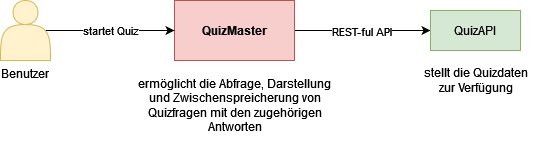
FranziskaGreiner/QuizMaster keeps this draw.io diagram as diagrams/SystemContextDiagram.drawio.png. Above is the earlier version. Source tidied: cells renumbered, new cells last; positions are measured from the earlier drawing's top-left corner, leaving out a move shared by most shapes.
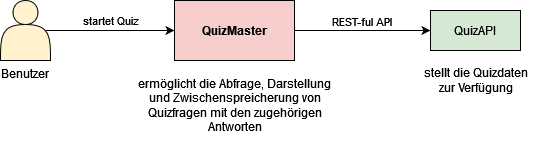
Above is the later version.

Diff of the diagram source:
```diff
@@ -5,21 +5,21 @@
     <mxCell id="2" style="edgeStyle=orthogonalEdgeStyle;rounded=0;jettySize=auto;html=1;exitX=1;exitY=0.5;exitDx=0;exitDy=0;entryX=0;entryY=0.5;entryDx=0;entryDy=0;fontColor=#000000;strokeColor=#000000;" parent="1" edge="1" source="4" target="5">
       <mxGeometry relative="1" as="geometry" />
     </mxCell>
-    <mxCell id="3" value="REST-ful API" style="edgeLabel;html=1;align=center;verticalAlign=middle;fontColor=#000000;" parent="2" vertex="1">
+    <mxCell id="3" value="REST-ful API" style="edgeLabel;html=1;align=center;verticalAlign=bottom;fontColor=#000000;labelPosition=center;verticalLabelPosition=top;" parent="2" vertex="1">
       <mxGeometry x="-0.19" y="-4" relative="1" as="geometry">
         <mxPoint x="11" y="-4" as="offset" />
       </mxGeometry>
     </mxCell>
-    <mxCell id="4" value="QuizMaster" style="rounded=0;whiteSpace=wrap;html=1;fontStyle=1;fillColor=#f8cecc;strokeColor=#b85450;" parent="1" vertex="1">
+    <mxCell id="4" value="QuizMaster" style="rounded=0;whiteSpace=wrap;html=1;fontStyle=1;fillColor=#f8cecc;strokeColor=#000000;" parent="1" vertex="1">
       <mxGeometry x="174" width="120" height="60" as="geometry" />
     </mxCell>
-    <mxCell id="5" value="QuizAPI" style="rounded=0;whiteSpace=wrap;html=1;fillColor=#d5e8d4;strokeColor=#82b366;" parent="1" vertex="1">
+    <mxCell id="5" value="QuizAPI" style="rounded=0;whiteSpace=wrap;html=1;fillColor=#d5e8d4;strokeColor=#000000;" parent="1" vertex="1">
       <mxGeometry x="430" y="10" width="90" height="40" as="geometry" />
     </mxCell>
-    <mxCell id="6" value="startet Quiz" style="edgeStyle=orthogonalEdgeStyle;rounded=0;jettySize=auto;html=1;exitX=0.9;exitY=0.5;exitDx=0;exitDy=0;exitPerimeter=0;entryX=0;entryY=0.5;entryDx=0;entryDy=0;fontColor=#000000;strokeColor=#000000;" parent="1" edge="1" source="7" target="4">
+    <mxCell id="6" value="startet Quiz" style="edgeStyle=orthogonalEdgeStyle;rounded=0;jettySize=auto;html=1;exitX=0.9;exitY=0.5;exitDx=0;exitDy=0;exitPerimeter=0;entryX=0;entryY=0.5;entryDx=0;entryDy=0;fontColor=#000000;strokeColor=#000000;labelPosition=center;verticalLabelPosition=top;align=center;verticalAlign=bottom;" parent="1" edge="1" source="7" target="4">
       <mxGeometry relative="1" as="geometry" />
     </mxCell>
-    <mxCell id="7" value="Benutzer" style="shape=actor;whiteSpace=wrap;html=1;labelPosition=center;verticalLabelPosition=bottom;align=center;verticalAlign=top;fillColor=#fff2cc;strokeColor=#d6b656;" parent="1" vertex="1">
+    <mxCell id="7" value="Benutzer" style="shape=actor;whiteSpace=wrap;html=1;labelPosition=center;verticalLabelPosition=bottom;align=center;verticalAlign=top;fillColor=#fff2cc;strokeColor=#000000;" parent="1" vertex="1">
       <mxGeometry width="50" height="60" as="geometry" />
     </mxCell>
     <mxCell id="8" value="&lt;div&gt;ermöglicht die Abfrage, Darstellung&lt;/div&gt;&lt;div&gt;und Zwischenspreicherung von&lt;/div&gt;&lt;div&gt;Quizfragen mit den zugehörigen&lt;/div&gt;&lt;div&gt;Antworten &lt;/div&gt;" style="text;html=1;align=center;verticalAlign=middle;strokeColor=none;fillColor=none;fontColor=#000000;" parent="1" vertex="1">
```
